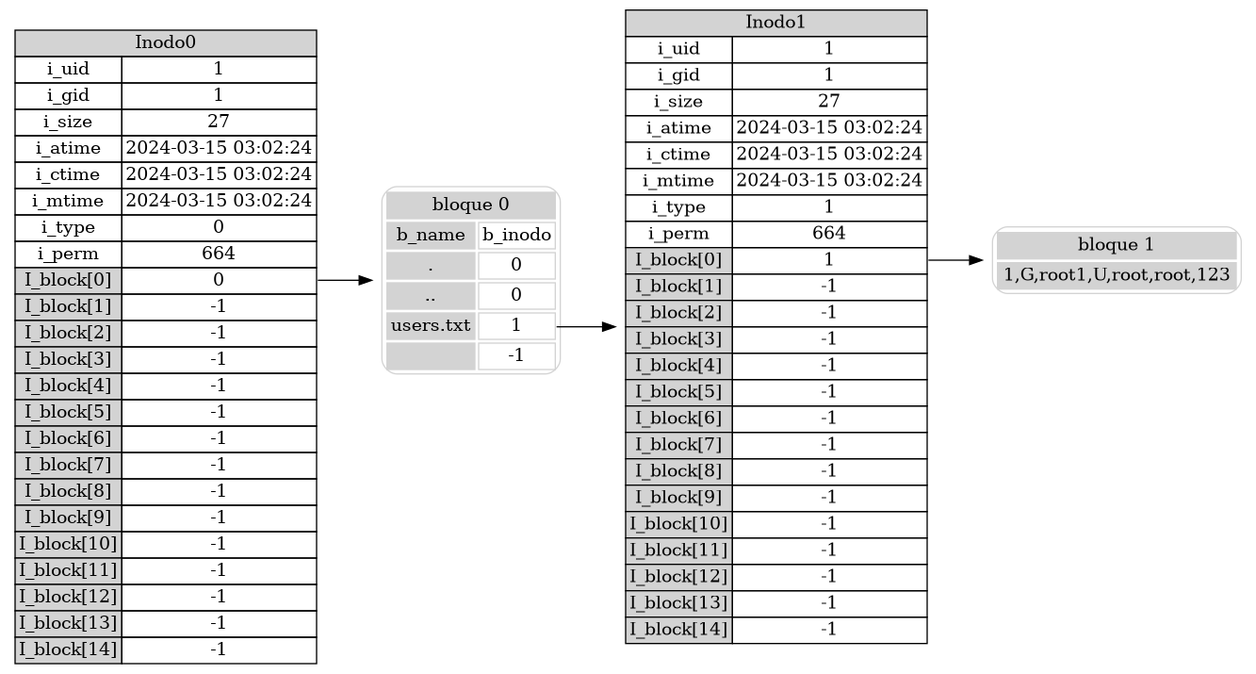
RamiroTelles/MIA_P1_202010044 keeps this Graphviz diagram as reporteTree.png. Above is the earlier version. Its source is kept beside it as reporteTree.dot. Its diagram source:
```dot
digraph H {
node [pad="0.5", nodesep="0.5", ranksep="1"];
node [shape=plaintext];
graph [bb="0,0,352,154"];
rankdir=LR;
inodo0[label = <
<TABLE border="0" cellborder="1" cellspacing="0">
<tr><td bgcolor="lightgrey" colspan="2">Inodo0</td></tr>
<tr><td>i_uid</td><td>1</td></tr>
<tr><td>i_gid</td><td>1</td></tr>
<tr><td>i_size</td><td>27</td></tr>
<tr><td>i_atime</td><td>2024-03-15 03:02:24</td></tr>
<tr><td>i_ctime</td><td>2024-03-15 03:02:24</td></tr>
<tr><td>i_mtime</td><td>2024-03-15 03:02:24</td></tr>
<tr><td>i_type</td><td>0</td></tr>
<tr><td>i_perm</td><td>664</td></tr>
<TR><TD bgcolor="lightgrey">I_block[0]</TD><TD port='0'>0</TD></TR>
<TR><TD bgcolor="lightgrey">I_block[1]</TD><TD port='1'>-1</TD></TR>
<TR><TD bgcolor="lightgrey">I_block[2]</TD><TD port='2'>-1</TD></TR>
<TR><TD bgcolor="lightgrey">I_block[3]</TD><TD port='3'>-1</TD></TR>
<TR><TD bgcolor="lightgrey">I_block[4]</TD><TD port='4'>-1</TD></TR>
<TR><TD bgcolor="lightgrey">I_block[5]</TD><TD port='5'>-1</TD></TR>
<TR><TD bgcolor="lightgrey">I_block[6]</TD><TD port='6'>-1</TD></TR>
<TR><TD bgcolor="lightgrey">I_block[7]</TD><TD port='7'>-1</TD></TR>
<TR><TD bgcolor="lightgrey">I_block[8]</TD><TD port='8'>-1</TD></TR>
<TR><TD bgcolor="lightgrey">I_block[9]</TD><TD port='9'>-1</TD></TR>
<TR><TD bgcolor="lightgrey">I_block[10]</TD><TD port='10'>-1</TD></TR>
<TR><TD bgcolor="lightgrey">I_block[11]</TD><TD port='11'>-1</TD></TR>
<TR><TD bgcolor="lightgrey">I_block[12]</TD><TD port='12'>-1</TD></TR>
<TR><TD bgcolor="lightgrey">I_block[13]</TD><TD port='13'>-1</TD></TR>
<TR><TD bgcolor="lightgrey">I_block[14]</TD><TD port='14'>-1</TD></TR>
</TABLE>>];
bloque0[shape=none, color=lightgrey, label=<
<TABLE cellspacing="3" cellpadding="2" style="rounded" >
<TR><TD bgcolor="lightgrey" colspan="2">bloque 0</TD></TR>
<TR><TD bgcolor="lightgrey">b_name</TD><TD>b_inodo</TD></TR>
<TR><TD bgcolor="lightgrey">.</TD><TD port= '0'>0</TD></TR>
<TR><TD bgcolor="lightgrey">..</TD><TD port= '1'>0</TD></TR>
<TR><TD bgcolor="lightgrey">users.txt</TD><TD port= '2'>1</TD></TR>
<TR><TD bgcolor="lightgrey"></TD><TD port= '3'>-1</TD></TR>
</TABLE>>];
inodo1[label = <
<TABLE border="0" cellborder="1" cellspacing="0">
<tr><td bgcolor="lightgrey" colspan="2">Inodo1</td></tr>
<tr><td>i_uid</td><td>1</td></tr>
<tr><td>i_gid</td><td>1</td></tr>
<tr><td>i_size</td><td>27</td></tr>
<tr><td>i_atime</td><td>2024-03-15 03:02:24</td></tr>
<tr><td>i_ctime</td><td>2024-03-15 03:02:24</td></tr>
<tr><td>i_mtime</td><td>2024-03-15 03:02:24</td></tr>
<tr><td>i_type</td><td>1</td></tr>
<tr><td>i_perm</td><td>664</td></tr>
<TR><TD bgcolor="lightgrey">I_block[0]</TD><TD port='0'>1</TD></TR>
<TR><TD bgcolor="lightgrey">I_block[1]</TD><TD port='1'>-1</TD></TR>
<TR><TD bgcolor="lightgrey">I_block[2]</TD><TD port='2'>-1</TD></TR>
<TR><TD bgcolor="lightgrey">I_block[3]</TD><TD port='3'>-1</TD></TR>
<TR><TD bgcolor="lightgrey">I_block[4]</TD><TD port='4'>-1</TD></TR>
<TR><TD bgcolor="lightgrey">I_block[5]</TD><TD port='5'>-1</TD></TR>
<TR><TD bgcolor="lightgrey">I_block[6]</TD><TD port='6'>-1</TD></TR>
<TR><TD bgcolor="lightgrey">I_block[7]</TD><TD port='7'>-1</TD></TR>
<TR><TD bgcolor="lightgrey">I_block[8]</TD><TD port='8'>-1</TD></TR>
<TR><TD bgcolor="lightgrey">I_block[9]</TD><TD port='9'>-1</TD></TR>
<TR><TD bgcolor="lightgrey">I_block[10]</TD><TD port='10'>-1</TD></TR>
<TR><TD bgcolor="lightgrey">I_block[11]</TD><TD port='11'>-1</TD></TR>
<TR><TD bgcolor="lightgrey">I_block[12]</TD><TD port='12'>-1</TD></TR>
<TR><TD bgcolor="lightgrey">I_block[13]</TD><TD port='13'>-1</TD></TR>
<TR><TD bgcolor="lightgrey">I_block[14]</TD><TD port='14'>-1</TD></TR>
</TABLE>>];
bloque1[shape=none, color=lightgrey, label=<
<TABLE cellspacing="3" cellpadding="2" style="rounded" >
<TR><TD bgcolor="lightgrey" colspan="2">bloque 1</TD></TR>
<TR><TD bgcolor="lightgrey" colspan="2">1,G,root
1,U,root,root,123
</TD></TR>
</TABLE>>];
inodo1:0 -> bloque1;
bloque0:2 -> inodo1;
inodo0:0 -> bloque0;
}
```
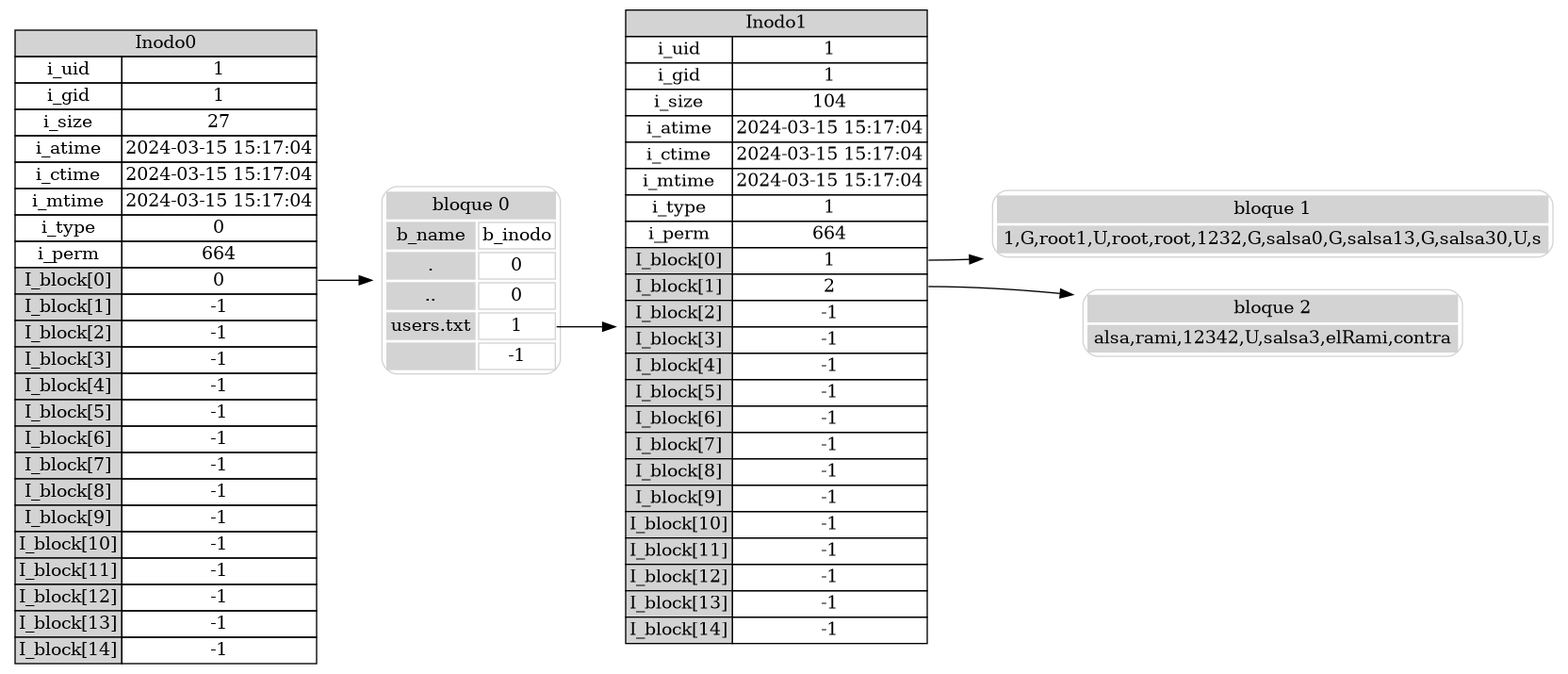
Later version of the same file.

Diff of the diagram source:
```diff
@@ -9,9 +9,9 @@
 <tr><td>i_uid</td><td>1</td></tr>
 <tr><td>i_gid</td><td>1</td></tr>
 <tr><td>i_size</td><td>27</td></tr>
-<tr><td>i_atime</td><td>2024-03-15 03:02:24</td></tr>
-<tr><td>i_ctime</td><td>2024-03-15 03:02:24</td></tr>
-<tr><td>i_mtime</td><td>2024-03-15 03:02:24</td></tr>
+<tr><td>i_atime</td><td>2024-03-15 15:17:04</td></tr>
+<tr><td>i_ctime</td><td>2024-03-15 15:17:04</td></tr>
+<tr><td>i_mtime</td><td>2024-03-15 15:17:04</td></tr>
 <tr><td>i_type</td><td>0</td></tr>
 <tr><td>i_perm</td><td>664</td></tr>
 <TR><TD bgcolor="lightgrey">I_block[0]</TD><TD port='0'>0</TD></TR>
@@ -44,14 +44,14 @@
 <tr><td bgcolor="lightgrey" colspan="2">Inodo1</td></tr>
 <tr><td>i_uid</td><td>1</td></tr>
 <tr><td>i_gid</td><td>1</td></tr>
-<tr><td>i_size</td><td>27</td></tr>
-<tr><td>i_atime</td><td>2024-03-15 03:02:24</td></tr>
-<tr><td>i_ctime</td><td>2024-03-15 03:02:24</td></tr>
-<tr><td>i_mtime</td><td>2024-03-15 03:02:24</td></tr>
+<tr><td>i_size</td><td>104</td></tr>
+<tr><td>i_atime</td><td>2024-03-15 15:17:04</td></tr>
+<tr><td>i_ctime</td><td>2024-03-15 15:17:04</td></tr>
+<tr><td>i_mtime</td><td>2024-03-15 15:17:04</td></tr>
 <tr><td>i_type</td><td>1</td></tr>
 <tr><td>i_perm</td><td>664</td></tr>
 <TR><TD bgcolor="lightgrey">I_block[0]</TD><TD port='0'>1</TD></TR>
-<TR><TD bgcolor="lightgrey">I_block[1]</TD><TD port='1'>-1</TD></TR>
+<TR><TD bgcolor="lightgrey">I_block[1]</TD><TD port='1'>2</TD></TR>
 <TR><TD bgcolor="lightgrey">I_block[2]</TD><TD port='2'>-1</TD></TR>
 <TR><TD bgcolor="lightgrey">I_block[3]</TD><TD port='3'>-1</TD></TR>
 <TR><TD bgcolor="lightgrey">I_block[4]</TD><TD port='4'>-1</TD></TR>
@@ -71,9 +71,20 @@
 <TR><TD bgcolor="lightgrey" colspan="2">bloque 1</TD></TR>
 <TR><TD bgcolor="lightgrey" colspan="2">1,G,root
 1,U,root,root,123
+2,G,salsa
+0,G,salsa1
+3,G,salsa3
+0,U,s</TD></TR>
+</TABLE>>];
+bloque2[shape=none, color=lightgrey, label=<
+<TABLE cellspacing="3" cellpadding="2" style="rounded" >
+<TR><TD bgcolor="lightgrey" colspan="2">bloque 2</TD></TR>
+<TR><TD bgcolor="lightgrey" colspan="2">alsa,rami,1234
+2,U,salsa3,elRami,contra
 </TD></TR>
 </TABLE>>];
 inodo1:0 -> bloque1;
+inodo1:1 -> bloque2;
 bloque0:2 -> inodo1;
 inodo0:0 -> bloque0;
 }
```
